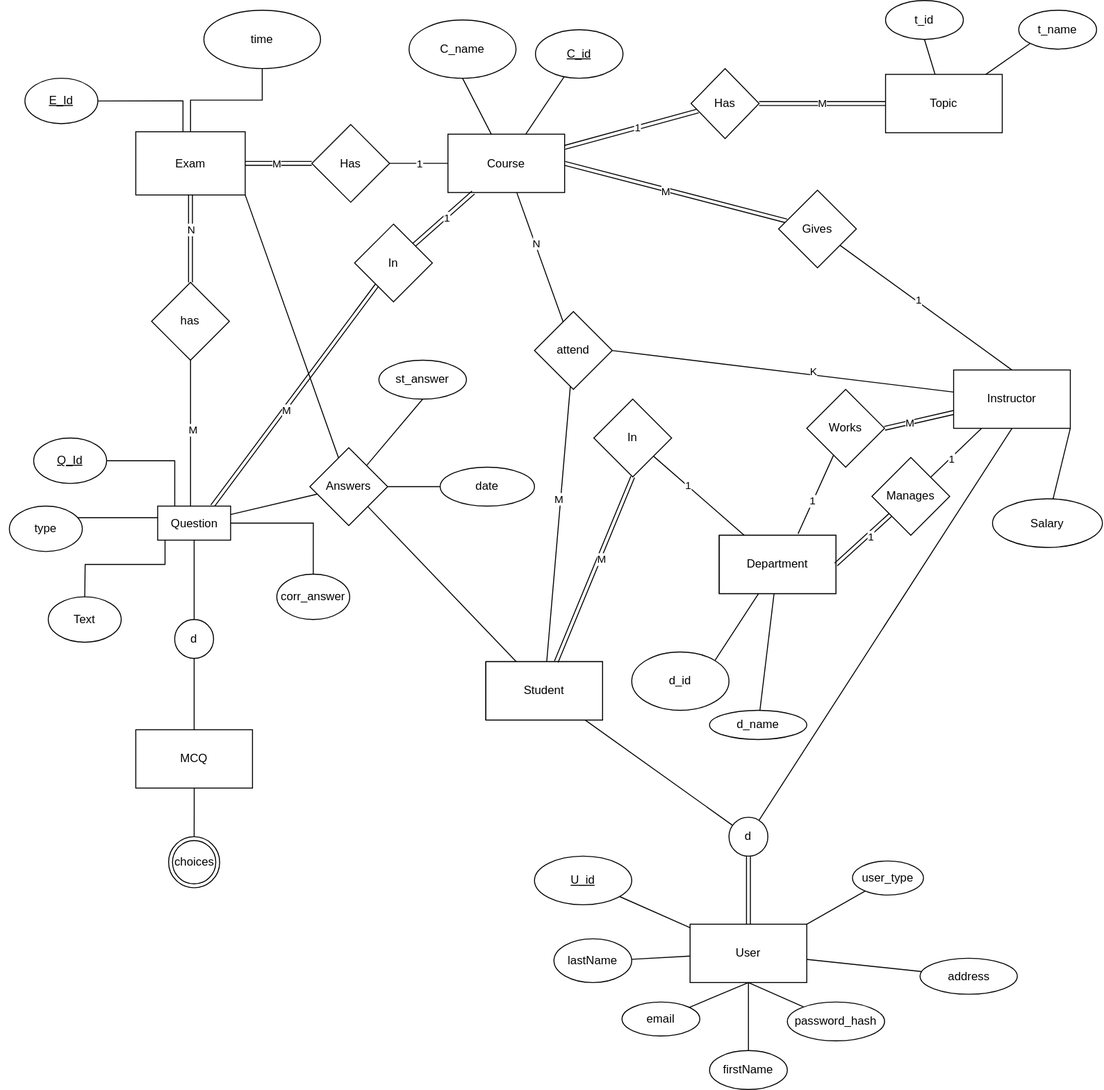
The draw.io diagram ERD.drawio.svg in abdo1819/Examination-system, before a commit. Source tidied: cells renumbered, new cells last; positions are measured from the earlier drawing's top-left corner, leaving out a move shared by most shapes.
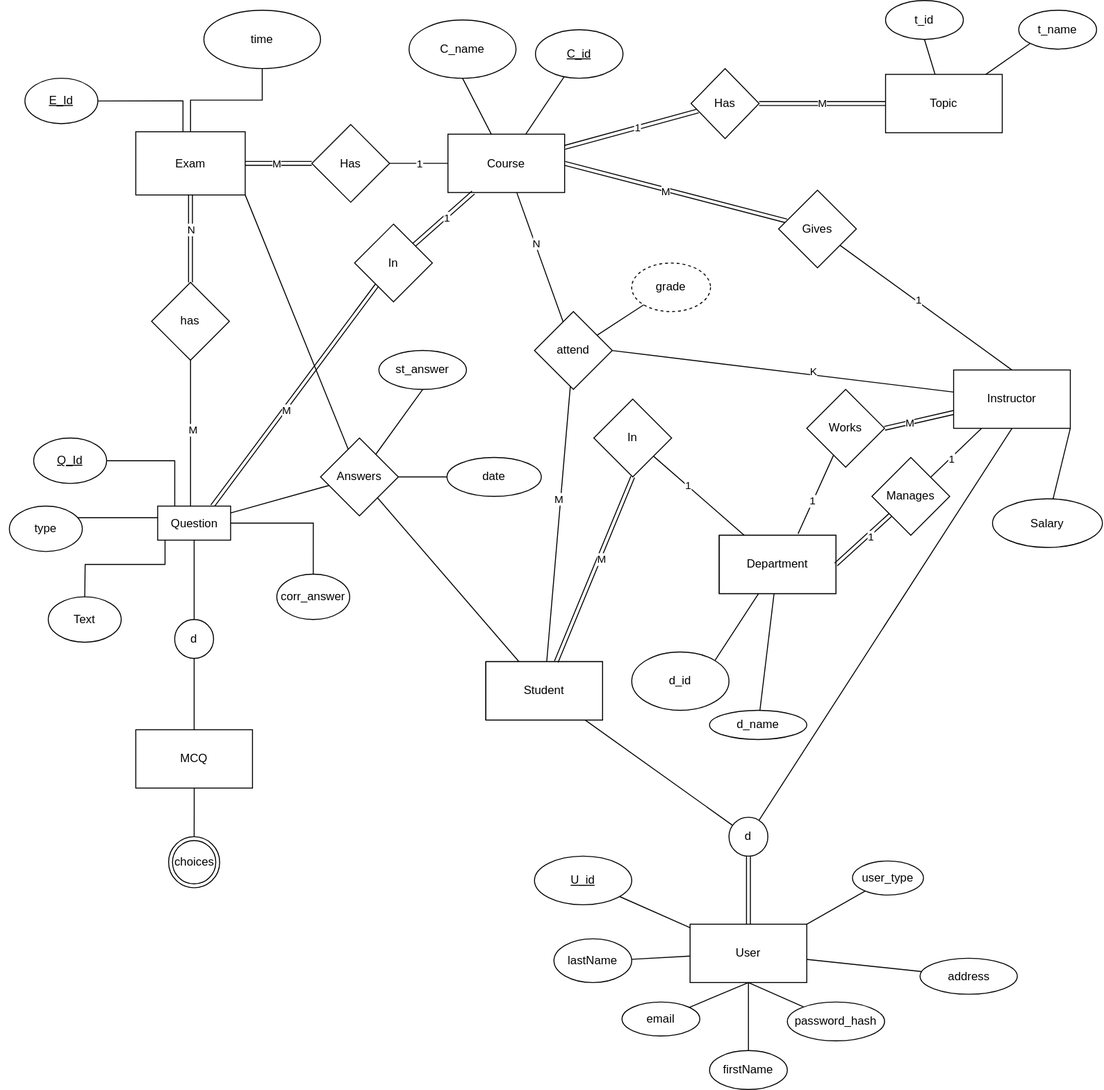
Above is the later version.

Diff of the diagram source:
```diff
@@ -3,7 +3,7 @@
     <mxCell id="0" />
     <mxCell id="1" parent="0" />
     <mxCell id="2" style="group;" parent="1" vertex="1">
-      <mxGeometry y="60" width="654" height="310" as="geometry" />
+      <mxGeometry y="60" width="749" height="310" as="geometry" />
     </mxCell>
     <mxCell id="3" style="edgeStyle=orthogonalEdgeStyle;shape=link;rounded=0;jettySize=auto;html=1;" parent="2" edge="1" source="5" target="19">
       <mxGeometry relative="1" as="geometry" />
@@ -76,6 +76,9 @@
     <mxCell id="23" value="N" style="edgeLabel;html=1;align=center;verticalAlign=middle;" parent="22" vertex="1">
       <mxGeometry x="0.21" relative="1" as="geometry" />
     </mxCell>
+    <mxCell id="123" value="grade" style="ellipse;whiteSpace=wrap;html=1;dashed=1;" parent="2" vertex="1">
+      <mxGeometry x="649" y="210" width="81" height="50" as="geometry" />
+    </mxCell>
     <mxCell id="24" style="edgeStyle=orthogonalEdgeStyle;rounded=0;jettySize=auto;html=1;endArrow=none;endFill=0;" parent="1" edge="1" source="21" target="105">
       <mxGeometry relative="1" as="geometry">
         <Array as="points">
@@ -97,7 +100,7 @@
       <mxGeometry relative="1" as="geometry" />
     </mxCell>
     <mxCell id="29" value="st_answer" style="ellipse;whiteSpace=wrap;html=1;" parent="1" vertex="1">
-      <mxGeometry x="389" y="370" width="90" height="40" as="geometry" />
+      <mxGeometry x="389" y="360" width="90" height="40" as="geometry" />
     </mxCell>
     <mxCell id="30" style="group;" parent="1" vertex="1">
       <mxGeometry x="499" y="530" width="500" height="340" as="geometry" />
@@ -318,7 +321,7 @@
       <mxGeometry x="710" y="70" width="70" height="72" as="geometry" />
     </mxCell>
     <mxCell id="100" value="date" style="ellipse;whiteSpace=wrap;html=1;" parent="1" vertex="1">
-      <mxGeometry x="452" y="480" width="97" height="40" as="geometry" />
+      <mxGeometry x="459" y="470" width="97" height="40" as="geometry" />
     </mxCell>
     <mxCell id="101" style="edgeStyle=orthogonalEdgeStyle;rounded=0;jettySize=auto;html=1;entryX=0;entryY=0.5;entryDx=0;entryDy=0;endArrow=none;endFill=0;" parent="1" edge="1" source="115" target="100">
       <mxGeometry relative="1" as="geometry" />
@@ -378,7 +381,7 @@
       </mxGeometry>
     </mxCell>
     <mxCell id="115" value="Answers" style="rhombus;whiteSpace=wrap;html=1;" parent="1" vertex="1">
-      <mxGeometry x="318" y="460" width="80" height="80" as="geometry" />
+      <mxGeometry x="329" y="450" width="80" height="80" as="geometry" />
     </mxCell>
     <mxCell id="116" style="edgeStyle=none;rounded=0;jettySize=auto;html=1;endArrow=none;endFill=0;" parent="1" edge="1" source="115" target="105">
       <mxGeometry relative="1" as="geometry" />
@@ -401,5 +404,8 @@
     <mxCell id="122" style="edgeStyle=none;rounded=0;jettySize=auto;html=1;endArrow=none;endFill=0;" parent="1" edge="1" source="121" target="32">
       <mxGeometry relative="1" as="geometry" />
     </mxCell>
+    <mxCell id="124" style="edgeStyle=none;rounded=0;jettySize=auto;html=1;endArrow=none;endFill=0;" parent="1" edge="1" source="123" target="53">
+      <mxGeometry relative="1" as="geometry" />
+    </mxCell>
   </root>
 </mxGraphModel>
```
